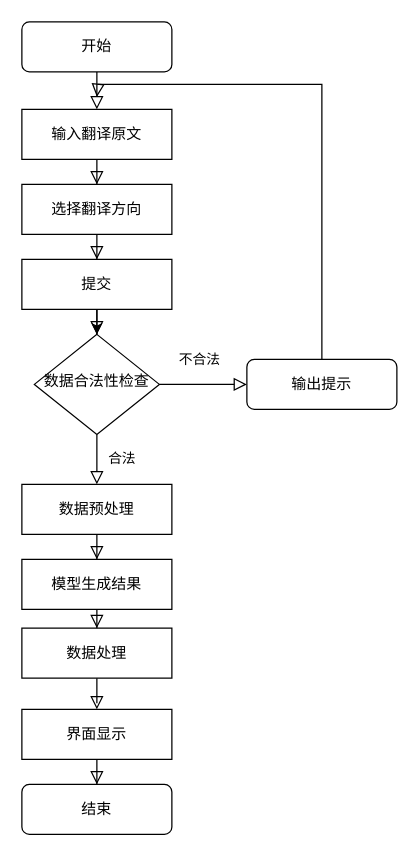
The draw.io diagram page "Page-1" (1 of 4) of 系统流程图.drawio in Mo-DuQian/rhetoric-poem-data, before the edit. Source tidied: cells renumbered, new cells numbered last; positions are measured from the earlier drawing's top-left corner, leaving out a move shared by most shapes. Both pictures are drawn from the tidied source at 125%, with x=0, y=0 at pixel (21, 21).
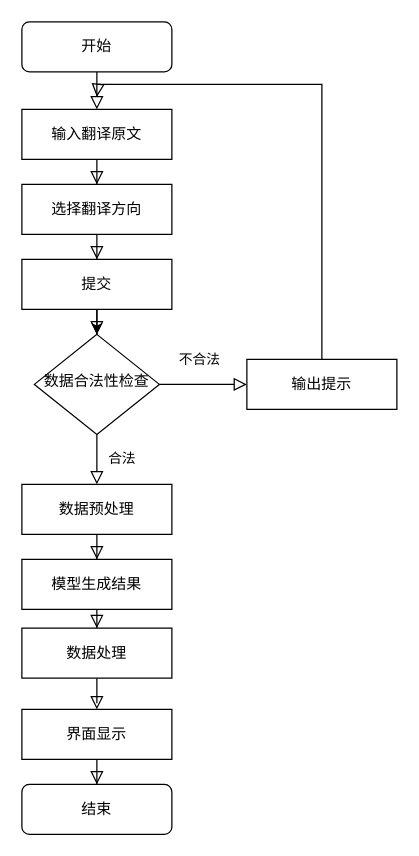
After the change.

Commit message:
更新系统流程图.drawio

The edit, as a diff of the source:
```diff
@@
-    <mxCell id="9" value="输出提示" style="rounded=1;whiteSpace=wrap;html=1;fontSize=12;glass=0;strokeWidth=1;shadow=0;" parent="1" vertex="1">
+    <mxCell id="9" value="输出提示" style="rounded=0;whiteSpace=wrap;html=1;fontSize=12;glass=0;strokeWidth=1;shadow=0;" parent="1" vertex="1">
       <mxGeometry x="180" y="270" width="120" height="40" as="geometry" />
     </mxCell>
```
